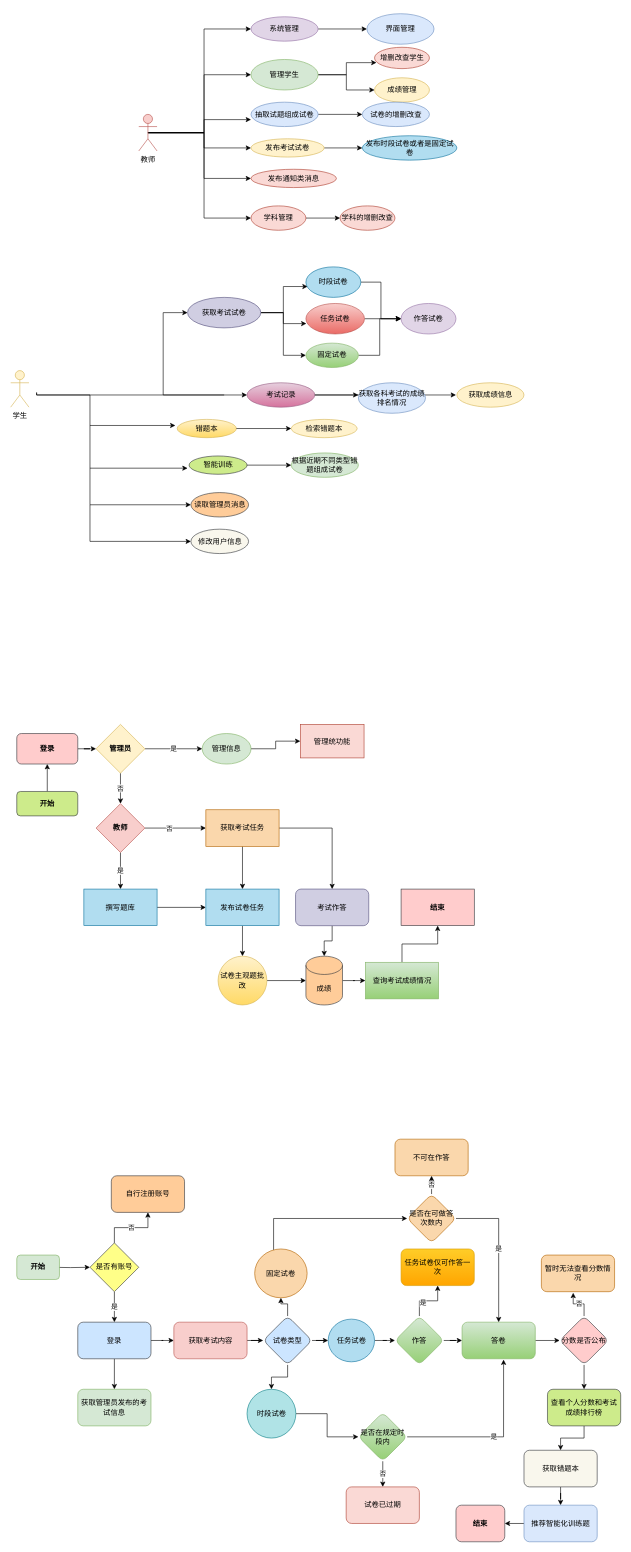
Earlier version of the draw.io diagram 在线考试系统用例图.drawio (wchya/pic). Source tidied: cells renumbered, new cells numbered last; positions are measured from the earlier drawing's top-left corner, leaving out a move shared by most shapes. Both pictures are drawn from the tidied source at 61%, with x=0, y=0 at pixel (10, 13).
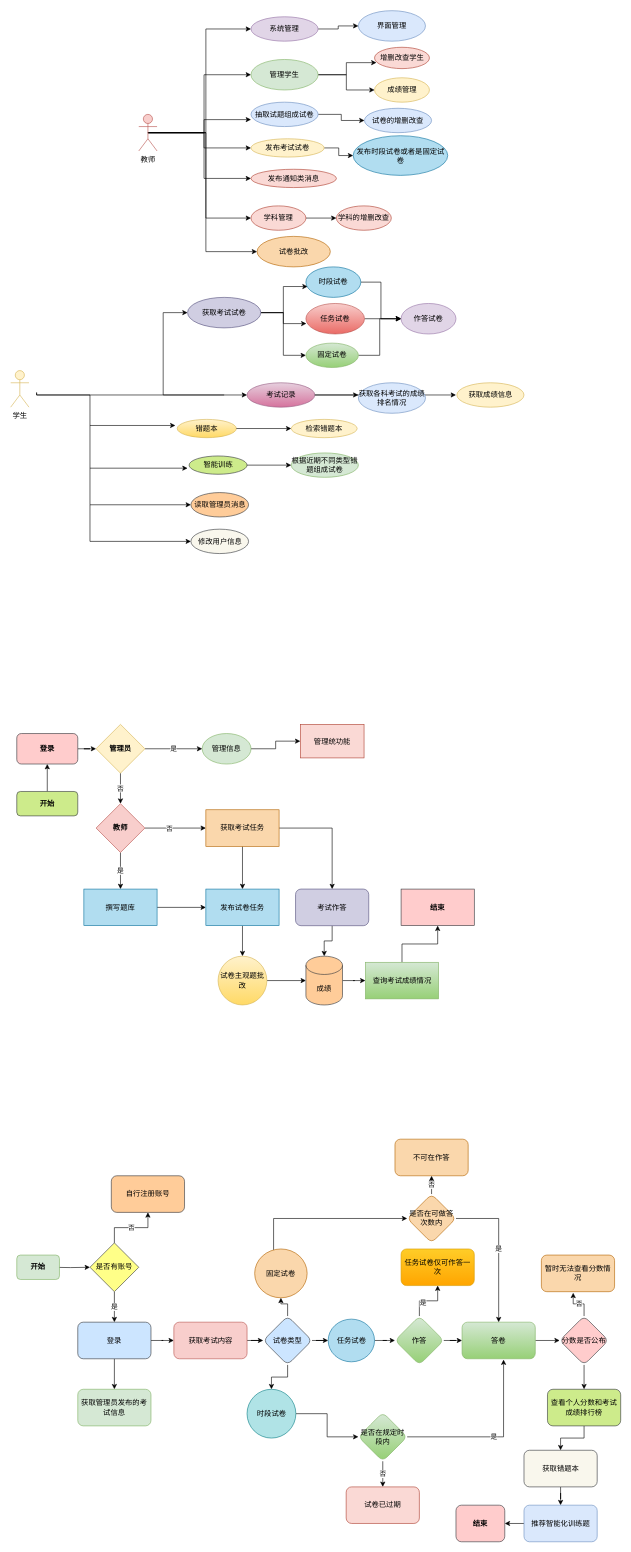
Above is the later version.

Commit message:
更新在线考试系统用例图.drawio

Unchanged cells that the change refers to:
```xml
<mxCell id="8" value="教师" style="shape=umlActor;verticalLabelPosition=bottom;verticalAlign=top;html=1;outlineConnect=0;fillColor=#f8cecc;strokeColor=#b85450;" parent="1" vertex="1">
  <mxGeometry x="210" y="165" width="30" height="60" as="geometry" />
</mxCell>
<mxCell id="19" value="系统管理" style="ellipse;whiteSpace=wrap;html=1;fillColor=#e1d5e7;strokeColor=#9673a6;" parent="1" vertex="1">
  <mxGeometry x="394" y="5" width="110" height="40" as="geometry" />
</mxCell>
<mxCell id="27" value="学科管理" style="ellipse;whiteSpace=wrap;html=1;fillColor=#fad9d5;strokeColor=#ae4132;" parent="1" vertex="1">
  <mxGeometry x="394" y="315" width="90" height="40" as="geometry" />
</mxCell>
```

What changed in the source:
```diff
@@
     <mxCell id="5" style="edgeStyle=orthogonalEdgeStyle;rounded=0;jettySize=auto;html=1;exitX=0.5;exitY=0.5;exitDx=0;exitDy=0;exitPerimeter=0;entryX=0;entryY=0.5;entryDx=0;entryDy=0;" parent="1" edge="1" source="8" target="19">
-      <mxGeometry relative="1" as="geometry" />
+      <mxGeometry relative="1" as="geometry">
+        <Array as="points">
+          <mxPoint x="320" y="195" />
+          <mxPoint x="320" y="25" />
+        </Array>
+      </mxGeometry>
     </mxCell>
@@
     <mxCell id="7" style="edgeStyle=orthogonalEdgeStyle;rounded=0;jettySize=auto;html=1;exitX=0.5;exitY=0.5;exitDx=0;exitDy=0;exitPerimeter=0;entryX=0;entryY=0.5;entryDx=0;entryDy=0;" parent="1" edge="1" source="8" target="27">
-      <mxGeometry relative="1" as="geometry" />
+      <mxGeometry relative="1" as="geometry">
+        <Array as="points">
+          <mxPoint x="320" y="195" />
+          <mxPoint x="320" y="335" />
+        </Array>
+      </mxGeometry>
     </mxCell>
+    <mxCell id="136" style="edgeStyle=orthogonalEdgeStyle;rounded=0;jettySize=auto;html=1;exitX=0.5;exitY=0.5;exitDx=0;exitDy=0;exitPerimeter=0;entryX=0;entryY=0.5;entryDx=0;entryDy=0;" parent="1" edge="1" source="8" target="137">
+      <mxGeometry relative="1" as="geometry">
+        <Array as="points">
+          <mxPoint x="320" y="195" />
+          <mxPoint x="320" y="390" />
+        </Array>
+      </mxGeometry>
+    </mxCell>
@@
     <mxCell id="20" value="界面管理" style="ellipse;whiteSpace=wrap;html=1;fillColor=#dae8fc;strokeColor=#6c8ebf;" parent="1" vertex="1">
-      <mxGeometry x="584" width="110" height="50" as="geometry" />
+      <mxGeometry x="570" y="-5" width="110" height="50" as="geometry" />
     </mxCell>
@@
     <mxCell id="23" value="发布时段试卷或者是固定试卷" style="ellipse;whiteSpace=wrap;html=1;fillColor=#b1ddf0;strokeColor=#10739e;" parent="1" vertex="1">
-      <mxGeometry x="576.5" y="200" width="155" height="40" as="geometry" />
+      <mxGeometry x="561.5" y="200" width="155" height="65" as="geometry" />
     </mxCell>
@@
     <mxCell id="25" value="试卷的增删改查" style="ellipse;whiteSpace=wrap;html=1;fillColor=#dae8fc;strokeColor=#6c8ebf;" parent="1" vertex="1">
-      <mxGeometry x="576.5" y="145" width="110" height="40" as="geometry" />
+      <mxGeometry x="580" y="155" width="110" height="40" as="geometry" />
     </mxCell>
@@
     <mxCell id="28" value="学科的增删改查" style="ellipse;whiteSpace=wrap;html=1;fillColor=#fad9d5;strokeColor=#ae4132;" parent="1" vertex="1">
-      <mxGeometry x="540" y="315" width="90" height="40" as="geometry" />
+      <mxGeometry x="534" y="315" width="90" height="40" as="geometry" />
     </mxCell>
@@
+    <mxCell id="137" value="试卷批改" style="ellipse;whiteSpace=wrap;html=1;fillColor=#fad7ac;strokeColor=#b46504;" parent="1" vertex="1">
+      <mxGeometry x="404" y="365" width="120" height="50" as="geometry" />
+    </mxCell>
```
